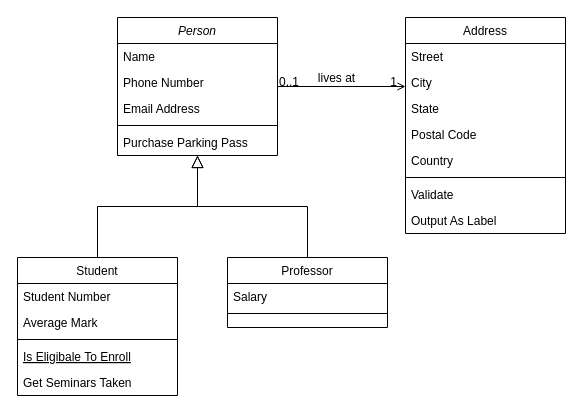
azrinfaiz/Week2ClassDiagram keeps this draw.io diagram as question2Diagram.drawio. Above is the earlier version. Source tidied: cells renumbered, new cells numbered last; positions are measured from the earlier drawing's top-left corner, leaving out a move shared by most shapes. Both pictures are drawn from the tidied source at 100%, with x=0, y=0 at pixel (17, 17).
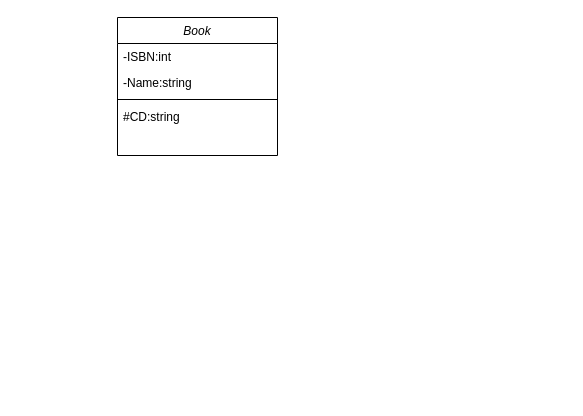
The same diagram, later.

The edit, as a diff of the source:
```diff
@@
-    <mxCell id="2" value="Person" style="swimlane;fontStyle=2;align=center;verticalAlign=top;horizontal=1;startSize=26;rounded=0;shadow=0;strokeWidth=1;" parent="1" vertex="1">
+    <mxCell id="2" value="Book" style="swimlane;fontStyle=2;align=center;verticalAlign=top;horizontal=1;startSize=26;rounded=0;shadow=0;strokeWidth=1;" parent="1" vertex="1">
       <mxGeometry x="100" width="160" height="138" as="geometry" />
     </mxCell>
-    <mxCell id="3" value="Name" style="text;align=left;verticalAlign=top;spacingLeft=4;spacingRight=4;overflow=hidden;" parent="2" vertex="1">
+    <mxCell id="3" value="-ISBN:int" style="text;align=left;verticalAlign=top;spacingLeft=4;spacingRight=4;overflow=hidden;" parent="2" vertex="1">
       <mxGeometry y="26" width="160" height="26" as="geometry" />
     </mxCell>
-    <mxCell id="4" value="Phone Number" style="text;align=left;verticalAlign=top;spacingLeft=4;spacingRight=4;overflow=hidden;rounded=0;shadow=0;html=0;" parent="2" vertex="1">
+    <mxCell id="4" value="-Name:string" style="text;align=left;verticalAlign=top;spacingLeft=4;spacingRight=4;overflow=hidden;rounded=0;shadow=0;html=0;" parent="2" vertex="1">
       <mxGeometry y="52" width="160" height="26" as="geometry" />
     </mxCell>
-    <mxCell id="5" value="Email Address" style="text;align=left;verticalAlign=top;spacingLeft=4;spacingRight=4;overflow=hidden;rounded=0;shadow=0;html=0;" parent="2" vertex="1">
-      <mxGeometry y="78" width="160" height="26" as="geometry" />
-    </mxCell>
     <mxCell id="6" style="line;html=1;strokeWidth=1;align=left;verticalAlign=middle;spacingTop=-1;spacingLeft=3;spacingRight=3;labelPosition=right;" parent="2" vertex="1">
-      <mxGeometry y="104" width="160" height="8" as="geometry" />
+      <mxGeometry y="78" width="160" height="8" as="geometry" />
     </mxCell>
-    <mxCell id="7" value="Purchase Parking Pass" style="text;align=left;verticalAlign=top;spacingLeft=4;spacingRight=4;overflow=hidden;" parent="2" vertex="1">
-      <mxGeometry y="112" width="160" height="26" as="geometry" />
+    <mxCell id="7" value="#CD:string" style="text;align=left;verticalAlign=top;spacingLeft=4;spacingRight=4;overflow=hidden;" parent="2" vertex="1">
+      <mxGeometry y="86" width="160" height="26" as="geometry" />
     </mxCell>
-    <mxCell id="8" value="Student" style="swimlane;fontStyle=0;align=center;verticalAlign=top;horizontal=1;startSize=26;rounded=0;shadow=0;strokeWidth=1;" parent="1" vertex="1">
-      <mxGeometry y="240" width="160" height="138" as="geometry" />
-    </mxCell>
-    <mxCell id="9" value="Student Number" style="text;align=left;verticalAlign=top;spacingLeft=4;spacingRight=4;overflow=hidden;" parent="8" vertex="1">
-      <mxGeometry y="26" width="160" height="26" as="geometry" />
-    </mxCell>
-    <mxCell id="10" value="Average Mark" style="text;align=left;verticalAlign=top;spacingLeft=4;spacingRight=4;overflow=hidden;rounded=0;shadow=0;html=0;" parent="8" vertex="1">
-      <mxGeometry y="52" width="160" height="26" as="geometry" />
-    </mxCell>
-    <mxCell id="11" style="line;html=1;strokeWidth=1;align=left;verticalAlign=middle;spacingTop=-1;spacingLeft=3;spacingRight=3;labelPosition=right;" parent="8" vertex="1">
-      <mxGeometry y="78" width="160" height="8" as="geometry" />
-    </mxCell>
-    <mxCell id="12" value="Is Eligibale To Enroll" style="text;align=left;verticalAlign=top;spacingLeft=4;spacingRight=4;overflow=hidden;fontStyle=4;" parent="8" vertex="1">
-      <mxGeometry y="86" width="160" height="26" as="geometry" />
-    </mxCell>
-    <mxCell id="13" value="Get Seminars Taken" style="text;align=left;verticalAlign=top;spacingLeft=4;spacingRight=4;overflow=hidden;" parent="8" vertex="1">
-      <mxGeometry y="112" width="160" height="26" as="geometry" />
-    </mxCell>
-    <mxCell id="14" style="endArrow=block;endSize=10;endFill=0;shadow=0;strokeWidth=1;rounded=0;edgeStyle=elbowEdgeStyle;elbow=vertical;" parent="1" edge="1" source="8" target="2">
-      <mxGeometry relative="1" as="geometry" />
-    </mxCell>
-    <mxCell id="15" value="Professor" style="swimlane;fontStyle=0;align=center;verticalAlign=top;horizontal=1;startSize=26;rounded=0;shadow=0;strokeWidth=1;" parent="1" vertex="1">
-      <mxGeometry x="210" y="240" width="160" height="70" as="geometry" />
-    </mxCell>
-    <mxCell id="16" value="Salary" style="text;align=left;verticalAlign=top;spacingLeft=4;spacingRight=4;overflow=hidden;" parent="15" vertex="1">
-      <mxGeometry y="26" width="160" height="26" as="geometry" />
-    </mxCell>
-    <mxCell id="17" style="line;html=1;strokeWidth=1;align=left;verticalAlign=middle;spacingTop=-1;spacingLeft=3;spacingRight=3;labelPosition=right;" parent="15" vertex="1">
-      <mxGeometry y="52" width="160" height="8" as="geometry" />
-    </mxCell>
-    <mxCell id="18" style="endArrow=block;endSize=10;endFill=0;shadow=0;strokeWidth=1;rounded=0;edgeStyle=elbowEdgeStyle;elbow=vertical;" parent="1" edge="1" source="15" target="2">
-      <mxGeometry relative="1" as="geometry" />
-    </mxCell>
-    <mxCell id="19" value="Address" style="swimlane;fontStyle=0;align=center;verticalAlign=top;horizontal=1;startSize=26;rounded=0;shadow=0;strokeWidth=1;" parent="1" vertex="1">
-      <mxGeometry x="388" width="160" height="216" as="geometry" />
-    </mxCell>
-    <mxCell id="20" value="Street" style="text;align=left;verticalAlign=top;spacingLeft=4;spacingRight=4;overflow=hidden;" parent="19" vertex="1">
-      <mxGeometry y="26" width="160" height="26" as="geometry" />
-    </mxCell>
-    <mxCell id="21" value="City" style="text;align=left;verticalAlign=top;spacingLeft=4;spacingRight=4;overflow=hidden;rounded=0;shadow=0;html=0;" parent="19" vertex="1">
-      <mxGeometry y="52" width="160" height="26" as="geometry" />
-    </mxCell>
-    <mxCell id="22" value="State" style="text;align=left;verticalAlign=top;spacingLeft=4;spacingRight=4;overflow=hidden;rounded=0;shadow=0;html=0;" parent="19" vertex="1">
-      <mxGeometry y="78" width="160" height="26" as="geometry" />
-    </mxCell>
-    <mxCell id="23" value="Postal Code" style="text;align=left;verticalAlign=top;spacingLeft=4;spacingRight=4;overflow=hidden;rounded=0;shadow=0;html=0;" parent="19" vertex="1">
-      <mxGeometry y="104" width="160" height="26" as="geometry" />
-    </mxCell>
-    <mxCell id="24" value="Country" style="text;align=left;verticalAlign=top;spacingLeft=4;spacingRight=4;overflow=hidden;rounded=0;shadow=0;html=0;" parent="19" vertex="1">
-      <mxGeometry y="130" width="160" height="26" as="geometry" />
-    </mxCell>
-    <mxCell id="25" style="line;html=1;strokeWidth=1;align=left;verticalAlign=middle;spacingTop=-1;spacingLeft=3;spacingRight=3;labelPosition=right;" parent="19" vertex="1">
-      <mxGeometry y="156" width="160" height="8" as="geometry" />
-    </mxCell>
-    <mxCell id="26" value="Validate" style="text;align=left;verticalAlign=top;spacingLeft=4;spacingRight=4;overflow=hidden;" parent="19" vertex="1">
-      <mxGeometry y="164" width="160" height="26" as="geometry" />
-    </mxCell>
-    <mxCell id="27" value="Output As Label" style="text;align=left;verticalAlign=top;spacingLeft=4;spacingRight=4;overflow=hidden;" parent="19" vertex="1">
-      <mxGeometry y="190" width="160" height="26" as="geometry" />
-    </mxCell>
-    <mxCell id="28" style="endArrow=open;shadow=0;strokeWidth=1;rounded=0;endFill=1;edgeStyle=elbowEdgeStyle;elbow=vertical;" parent="1" edge="1" source="2" target="19">
-      <mxGeometry x="0.5" y="41" relative="1" as="geometry">
-        <mxPoint x="-40" y="32" as="offset" />
-      </mxGeometry>
-    </mxCell>
-    <mxCell id="29" value="0..1" style="align=left;verticalAlign=bottom;labelBackgroundColor=none;fontSize=12;" parent="28" vertex="1">
-      <mxGeometry x="-1" relative="1" as="geometry">
-        <mxPoint y="4" as="offset" />
-      </mxGeometry>
-    </mxCell>
-    <mxCell id="30" value="1" style="align=right;verticalAlign=bottom;labelBackgroundColor=none;fontSize=12;" parent="28" vertex="1">
-      <mxGeometry x="1" relative="1" as="geometry">
-        <mxPoint x="-7" y="4" as="offset" />
-      </mxGeometry>
-    </mxCell>
-    <mxCell id="31" value="lives at" style="text;html=1;align=center;verticalAlign=middle;labelBackgroundColor=none;rounded=0;shadow=0;strokeWidth=1;fontSize=12;" parent="28" vertex="1">
-      <mxGeometry x="0.5" y="49" relative="1" as="geometry">
-        <mxPoint x="-38" y="40" as="offset" />
-      </mxGeometry>
-    </mxCell>
```
